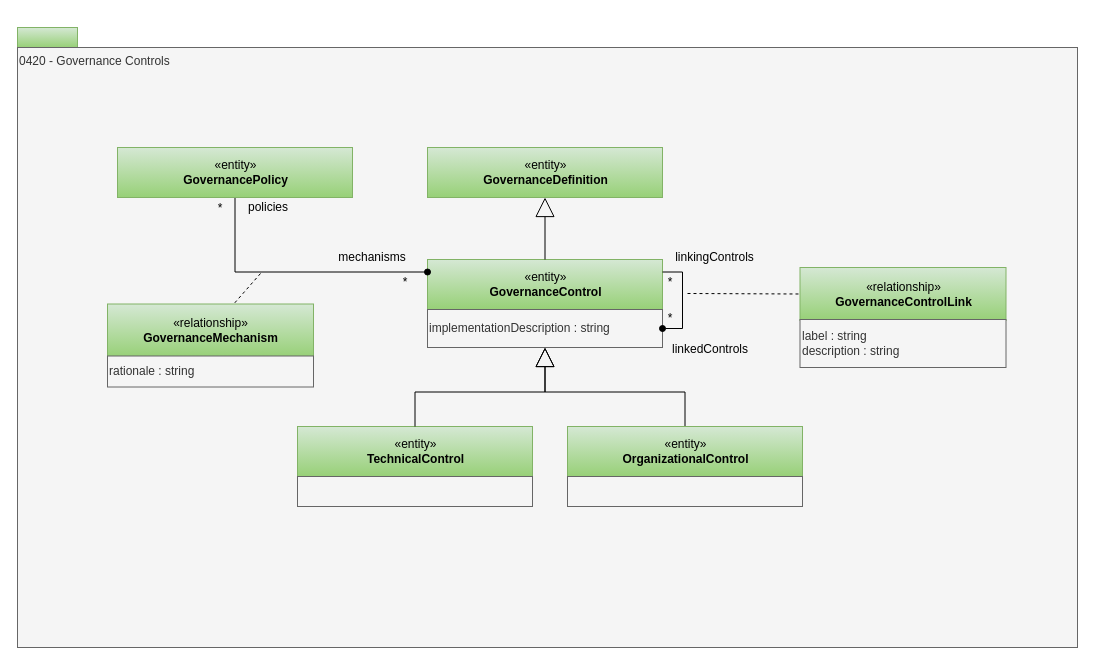
Earlier version of the draw.io diagram page "0420-Governance-Controls" (6 of 29) of site/docs/types/4/area-4-governance.drawio (odpi/egeria-docs). Source tidied: cells renumbered, new cells numbered last; positions are measured from the earlier drawing's top-left corner, leaving out a move shared by most shapes. Both pictures are drawn from the tidied source at 100%, with x=0, y=0 at pixel (17, 27).
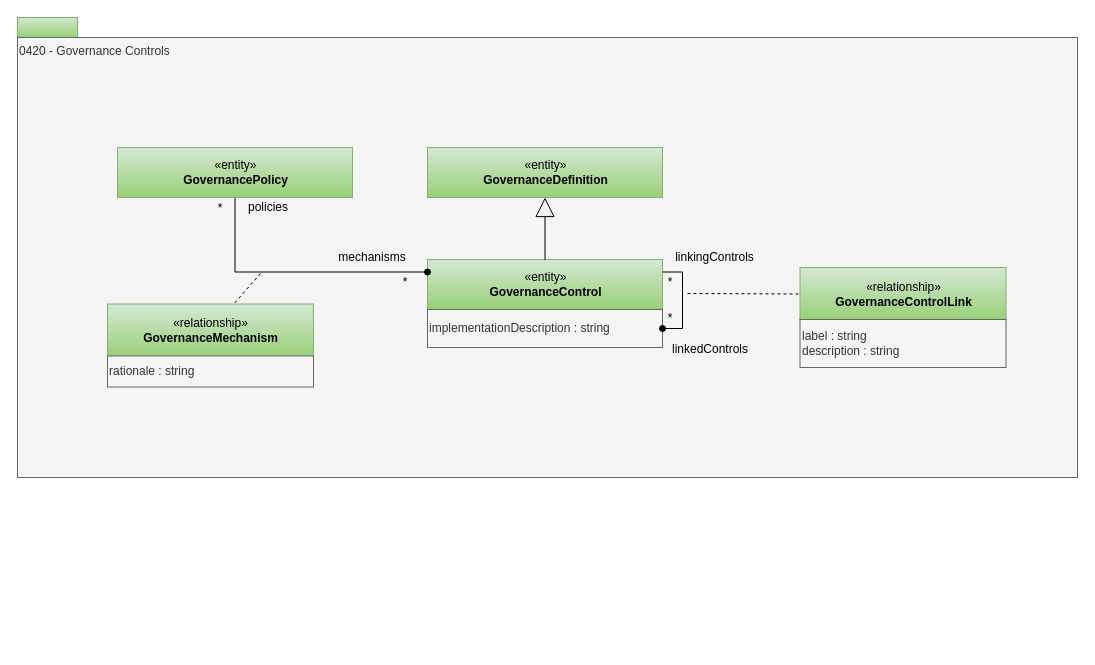
After the change.

The change refers to these unchanged cells:
```xml
<mxCell id="5" value="implementationDescription : string" style="rounded=0;whiteSpace=wrap;html=1;strokeColor=#666666;align=left;fillColor=#f5f5f5;fontColor=#333333;" parent="1" vertex="1">
  <mxGeometry x="410" y="282" width="235" height="38" as="geometry" />
</mxCell>
```

What changed in the source:
```diff
@@
     <mxCell id="2" style="rounded=0;whiteSpace=wrap;html=1;align=left;fillColor=#d5e8d4;strokeColor=#82b366;gradientColor=#97d077;" parent="1" vertex="1">
-      <mxGeometry width="60" height="20" as="geometry" />
+      <mxGeometry y="-10" width="60" height="20" as="geometry" />
     </mxCell>
     <mxCell id="3" value="0420 - Governance Controls" style="rounded=0;whiteSpace=wrap;html=1;align=left;verticalAlign=top;fillColor=#f5f5f5;fontColor=#333333;strokeColor=#666666;" parent="1" vertex="1">
-      <mxGeometry y="20" width="1060" height="600" as="geometry" />
+      <mxGeometry y="10" width="1060" height="440" as="geometry" />
     </mxCell>
@@
-    <mxCell id="6" value="«entity»&lt;br&gt;&lt;b&gt;TechnicalControl&lt;/b&gt;" style="html=1;strokeColor=#82b366;align=center;fillColor=#d5e8d4;gradientColor=#97d077;" parent="1" vertex="1">
-      <mxGeometry x="280" y="399" width="235" height="50" as="geometry" />
-    </mxCell>
-    <mxCell id="7" style="rounded=0;whiteSpace=wrap;html=1;strokeColor=#666666;align=left;fillColor=#f5f5f5;fontColor=#333333;" parent="1" vertex="1">
-      <mxGeometry x="280" y="449" width="235" height="30" as="geometry" />
-    </mxCell>
@@
-    <mxCell id="9" style="edgeStyle=orthogonalEdgeStyle;rounded=0;jettySize=auto;html=1;exitX=0.5;exitY=0;exitDx=0;exitDy=0;endArrow=block;endFill=0;endSize=17;" parent="1" edge="1" source="10" target="5">
-      <mxGeometry relative="1" as="geometry" />
-    </mxCell>
-    <mxCell id="10" value="«entity»&lt;br&gt;&lt;b&gt;OrganizationalControl&lt;/b&gt;" style="html=1;strokeColor=#82b366;align=center;fillColor=#d5e8d4;gradientColor=#97d077;" parent="1" vertex="1">
-      <mxGeometry x="550" y="399" width="235" height="50" as="geometry" />
-    </mxCell>
-    <mxCell id="11" style="rounded=0;whiteSpace=wrap;html=1;strokeColor=#666666;align=left;fillColor=#f5f5f5;fontColor=#333333;" parent="1" vertex="1">
-      <mxGeometry x="550" y="449" width="235" height="30" as="geometry" />
-    </mxCell>
@@
-    <mxCell id="30" style="edgeStyle=orthogonalEdgeStyle;rounded=0;jettySize=auto;html=1;endArrow=block;endFill=0;endSize=17;entryX=0.5;entryY=1;entryDx=0;entryDy=0;" parent="1" edge="1" source="6" target="5">
-      <mxGeometry relative="1" as="geometry" />
-    </mxCell>
```
